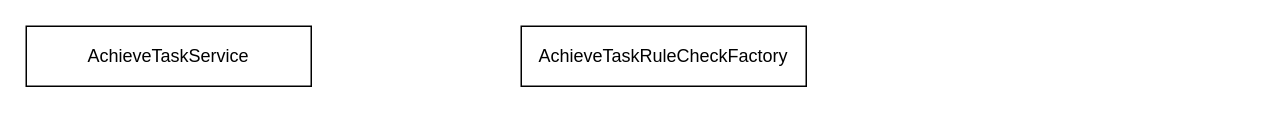
The draw.io diagram SS2成就任务系统.drawio in Ordertiny/graph, before the edit. Source tidied: cells renumbered, new cells numbered last; positions are measured from the earlier drawing's top-left corner, leaving out a move shared by most shapes. Both pictures are drawn from the tidied source at 150%, with x=0, y=0 at pixel (26, 26).
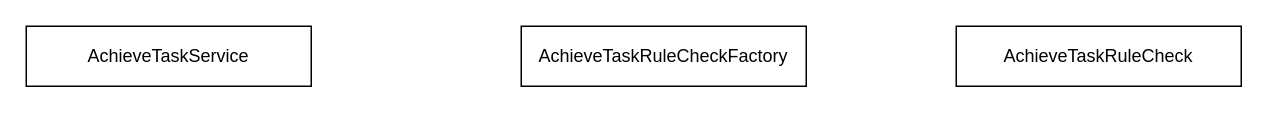
After the change.

Commit message (it also covers changes not shown here):
更新SS2成就任务系统.drawio

The edit, as a diff of the source:
```diff
@@
 <mxGraphModel>
   <root>
     <mxCell id="0" />
     <mxCell id="1" parent="0" />
     <mxCell id="2" value="AchieveTaskService" style="rounded=0;whiteSpace=wrap;html=1;" parent="1" vertex="1">
       <mxGeometry width="190" height="40" as="geometry" />
     </mxCell>
     <mxCell id="3" value="AchieveTaskRuleCheckFactory" style="rounded=0;whiteSpace=wrap;html=1;" parent="1" vertex="1">
       <mxGeometry x="330" width="190" height="40" as="geometry" />
     </mxCell>
+    <mxCell id="4" value="AchieveTaskRuleCheck" style="rounded=0;whiteSpace=wrap;html=1;" parent="1" vertex="1">
+      <mxGeometry x="620" width="190" height="40" as="geometry" />
+    </mxCell>
   </root>
 </mxGraphModel>
```
